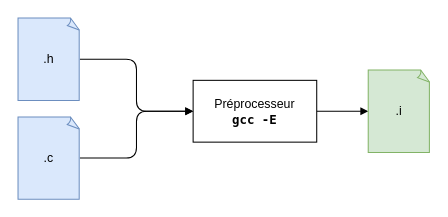
heig-tin-info/handbook keeps this draw.io diagram as docs/assets/images/preprocessing.drawio. Above is the earlier version. Source tidied: cells renumbered, new cells numbered last; positions are measured from the earlier drawing's top-left corner, leaving out a move shared by most shapes. Both pictures are drawn from the tidied source at 103%, with x=0, y=0 at pixel (18, 18).
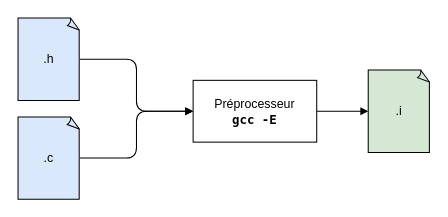
After the change.

Change to the diagram source:
```diff
@@
 <mxGraphModel>
   <root>
     <mxCell id="0" />
     <mxCell id="1" parent="0" />
     <mxCell id="2" style="vsdxID=60;edgeStyle=none;startArrow=none;endArrow=block;startSize=5;endSize=5;strokeColor=#000000;spacingTop=0;spacingBottom=0;spacingLeft=0;spacingRight=0;verticalAlign=middle;html=1;labelBackgroundColor=#ffffff;rounded=0;entryX=0;entryY=0.5;entryDx=0;entryDy=0;entryPerimeter=0;" parent="1" edge="1" source="8" target="7">
       <mxGeometry relative="1" as="geometry">
         <mxPoint x="-1" as="offset" />
       </mxGeometry>
     </mxCell>
     <mxCell id="3" style="vsdxID=59;edgeStyle=orthogonalEdgeStyle;startArrow=none;endArrow=block;startSize=5;endSize=5;strokeColor=#000000;spacingTop=0;spacingBottom=0;spacingLeft=0;spacingRight=0;verticalAlign=middle;html=1;labelBackgroundColor=#ffffff;exitX=1;exitY=0.5;exitDx=0;exitDy=0;exitPerimeter=0;rounded=1;" parent="1" edge="1" source="6" target="8">
       <mxGeometry relative="1" as="geometry">
         <mxPoint y="-1" as="offset" />
       </mxGeometry>
     </mxCell>
     <mxCell id="4" style="vsdxID=58;edgeStyle=orthogonalEdgeStyle;startArrow=none;endArrow=block;startSize=5;endSize=5;strokeColor=#000000;spacingTop=0;spacingBottom=0;spacingLeft=0;spacingRight=0;verticalAlign=middle;html=1;labelBackgroundColor=#ffffff;exitX=1;exitY=0.5;exitDx=0;exitDy=0;exitPerimeter=0;targetPerimeterSpacing=0;sourcePerimeterSpacing=0;" parent="1" edge="1" source="5" target="8">
       <mxGeometry relative="1" as="geometry">
         <mxPoint y="-1" as="offset" />
       </mxGeometry>
     </mxCell>
-    <mxCell id="5" value=".h" style="whiteSpace=wrap;html=1;shape=mxgraph.basic.document;fillColor=#dae8fc;strokeColor=#6c8ebf;" parent="1" vertex="1">
+    <mxCell id="5" value=".h" style="whiteSpace=wrap;html=1;shape=mxgraph.basic.document;fillColor=#dae8fc;strokeColor=#000000;" parent="1" vertex="1">
       <mxGeometry width="60" height="80" as="geometry" />
     </mxCell>
-    <mxCell id="6" value=".c" style="whiteSpace=wrap;html=1;shape=mxgraph.basic.document;fillColor=#dae8fc;strokeColor=#6c8ebf;" parent="1" vertex="1">
+    <mxCell id="6" value=".c" style="whiteSpace=wrap;html=1;shape=mxgraph.basic.document;fillColor=#dae8fc;strokeColor=#000000;" parent="1" vertex="1">
       <mxGeometry y="96" width="60" height="80" as="geometry" />
     </mxCell>
-    <mxCell id="7" value=".i" style="whiteSpace=wrap;html=1;shape=mxgraph.basic.document;fillColor=#d5e8d4;strokeColor=#82b366;" parent="1" vertex="1">
+    <mxCell id="7" value=".i" style="whiteSpace=wrap;html=1;shape=mxgraph.basic.document;fillColor=#d5e8d4;strokeColor=#000000;" parent="1" vertex="1">
       <mxGeometry x="340" y="50.5" width="60" height="80" as="geometry" />
     </mxCell>
     <mxCell id="8" value="Préprocesseur&lt;br&gt;&lt;b&gt;&lt;font face=&quot;Lucida Console&quot;&gt;gcc -E&lt;/font&gt;&lt;/b&gt;" style="rounded=0;whiteSpace=wrap;html=1;" parent="1" vertex="1">
       <mxGeometry x="170" y="60.5" width="120" height="60" as="geometry" />
     </mxCell>
   </root>
 </mxGraphModel>
```
